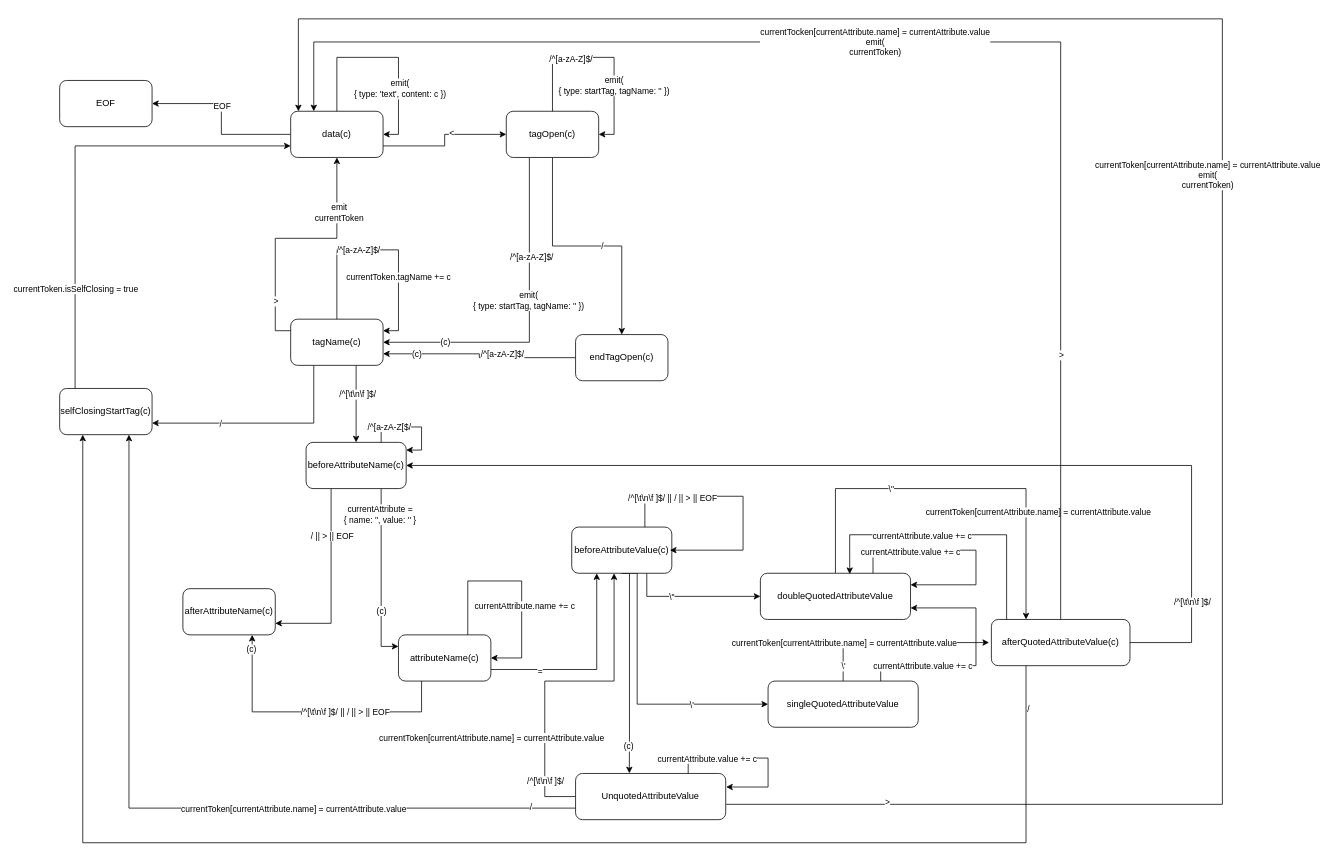
The draw.io diagram Week 09/htmlParser.drawio in ZhangL3/Frontend-06-Template, before the edit. Source tidied: cells renumbered, new cells numbered last; positions are measured from the earlier drawing's top-left corner, leaving out a move shared by most shapes. Both pictures are drawn from the tidied source at 77%, with x=0, y=0 at pixel (59, 18).
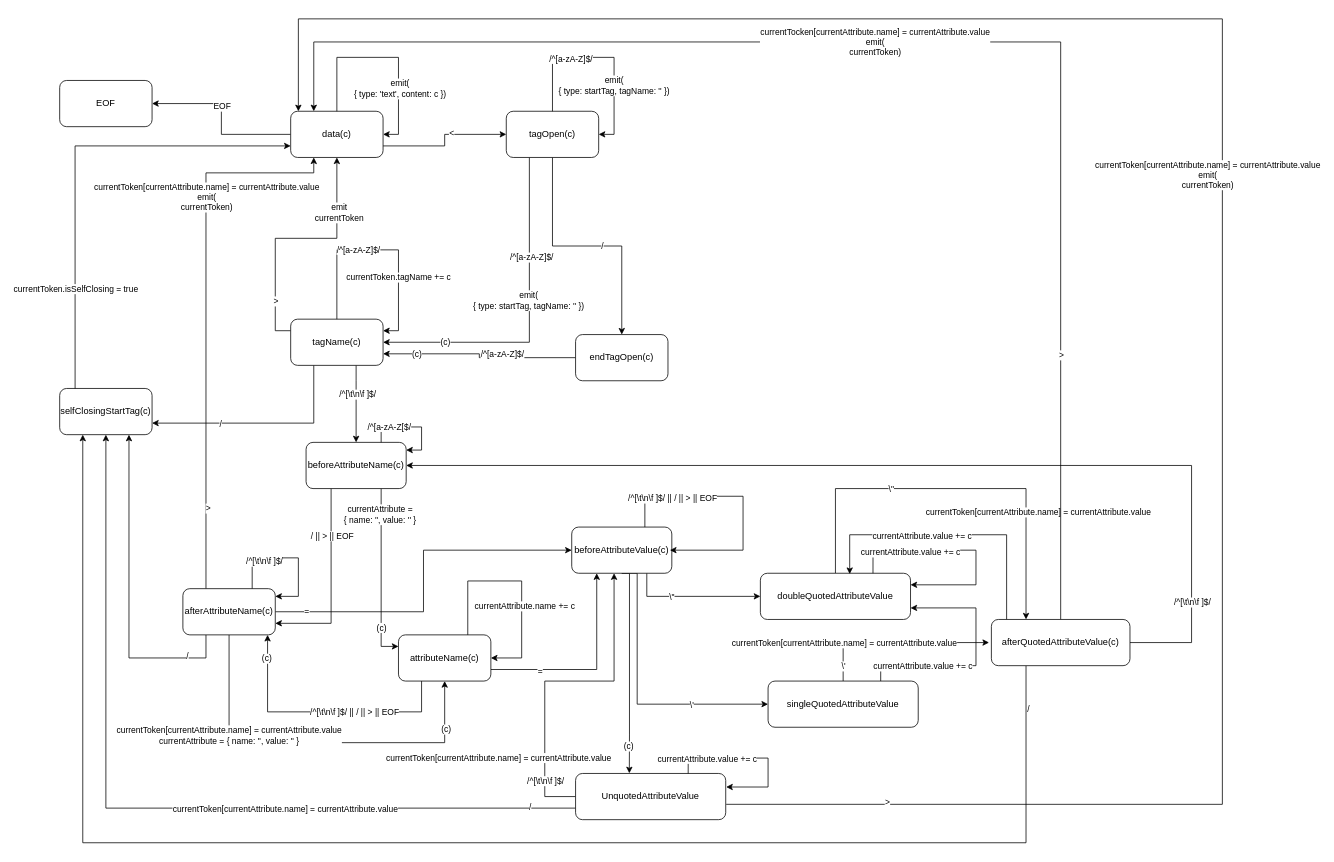
The same page after the edit.

Unchanged cells that the change refers to:
```xml
<mxCell id="6" value="data(c)" style="rounded=1;whiteSpace=wrap;html=1;" parent="1" vertex="1">
  <mxGeometry x="300" y="120" width="120" height="60" as="geometry" />
</mxCell>
<mxCell id="28" style="edgeStyle=orthogonalEdgeStyle;rounded=0;jettySize=auto;html=1;exitX=0.75;exitY=1;exitDx=0;exitDy=0;entryX=0;entryY=0.25;entryDx=0;entryDy=0;" parent="1" edge="1" source="31" target="52">
  <mxGeometry relative="1" as="geometry" />
</mxCell>
<mxCell id="34" value="selfClosingStartTag(c)" style="rounded=1;whiteSpace=wrap;html=1;" parent="1" vertex="1">
  <mxGeometry y="480" width="120" height="60" as="geometry" />
</mxCell>
<mxCell id="44" value="afterAttributeName(c)" style="rounded=1;whiteSpace=wrap;html=1;" parent="1" vertex="1">
  <mxGeometry x="160" y="740" width="120" height="60" as="geometry" />
</mxCell>
<mxCell id="52" value="attributeName(c)" style="rounded=1;whiteSpace=wrap;html=1;" parent="1" vertex="1">
  <mxGeometry x="440" y="800" width="120" height="60" as="geometry" />
</mxCell>
<mxCell id="59" value="beforeAttributeValue(c)" style="rounded=1;whiteSpace=wrap;html=1;" parent="1" vertex="1">
  <mxGeometry x="665" y="660" width="130" height="60" as="geometry" />
</mxCell>
<mxCell id="71" style="edgeStyle=orthogonalEdgeStyle;rounded=0;jettySize=auto;html=1;exitX=0;exitY=0.5;exitDx=0;exitDy=0;" parent="1" edge="1" source="80">
  <mxGeometry relative="1" as="geometry">
    <mxPoint x="720" y="720" as="targetPoint" />
    <Array as="points">
      <mxPoint x="630" y="1010" />
      <mxPoint x="630" y="860" />
      <mxPoint x="720" y="860" />
    </Array>
  </mxGeometry>
</mxCell>
<mxCell id="80" value="UnquotedAttributeValue" style="rounded=1;whiteSpace=wrap;html=1;" parent="1" vertex="1">
  <mxGeometry x="670" y="980" width="195" height="60" as="geometry" />
</mxCell>
```

The edit, as a diff of the source:
```diff
@@
     <mxCell id="30" value="(c)" style="edgeLabel;html=1;align=center;verticalAlign=middle;" parent="28" vertex="1">
       <mxGeometry x="0.39" y="-1" relative="1" as="geometry">
-        <mxPoint x="1" as="offset" />
+        <mxPoint x="1" y="22.4" as="offset" />
       </mxGeometry>
     </mxCell>
@@
+    <mxCell id="97" style="edgeStyle=orthogonalEdgeStyle;rounded=0;jettySize=auto;html=1;exitX=0.25;exitY=1;exitDx=0;exitDy=0;entryX=0.75;entryY=1;entryDx=0;entryDy=0;" parent="1" edge="1" source="44" target="34">
+      <mxGeometry relative="1" as="geometry">
+        <Array as="points">
+          <mxPoint x="190" y="830" />
+          <mxPoint x="90" y="830" />
+        </Array>
+      </mxGeometry>
+    </mxCell>
+    <mxCell id="98" value="/" style="edgeLabel;html=1;align=center;verticalAlign=middle;" parent="97" vertex="1">
+      <mxGeometry x="-0.74" y="-3" relative="1" as="geometry" />
+    </mxCell>
+    <mxCell id="99" style="edgeStyle=orthogonalEdgeStyle;rounded=0;jettySize=auto;html=1;exitX=1;exitY=0.5;exitDx=0;exitDy=0;entryX=0;entryY=0.5;entryDx=0;entryDy=0;" parent="1" edge="1" source="44" target="59">
+      <mxGeometry relative="1" as="geometry" />
+    </mxCell>
+    <mxCell id="100" value="=" style="edgeLabel;html=1;align=center;verticalAlign=middle;" parent="99" vertex="1">
+      <mxGeometry x="-0.83" y="2" relative="1" as="geometry" />
+    </mxCell>
+    <mxCell id="101" style="edgeStyle=orthogonalEdgeStyle;rounded=0;jettySize=auto;html=1;exitX=0.25;exitY=0;exitDx=0;exitDy=0;entryX=0.25;entryY=1;entryDx=0;entryDy=0;" parent="1" edge="1" source="44" target="6">
+      <mxGeometry relative="1" as="geometry">
+        <Array as="points">
+          <mxPoint x="190" y="200" />
+          <mxPoint x="330" y="200" />
+        </Array>
+      </mxGeometry>
+    </mxCell>
+    <mxCell id="102" value="&amp;gt;" style="edgeLabel;html=1;align=center;verticalAlign=middle;" parent="101" vertex="1">
+      <mxGeometry x="-0.7" y="-2" relative="1" as="geometry" />
+    </mxCell>
+    <mxCell id="103" value="currentToken[currentAttribute.name] = currentAttribute.value&lt;br&gt;emit(&lt;br&gt;currentToken)" style="edgeLabel;html=1;align=center;verticalAlign=middle;" parent="101" vertex="1">
+      <mxGeometry x="0.31" relative="1" as="geometry">
+        <mxPoint y="-50" as="offset" />
+      </mxGeometry>
+    </mxCell>
+    <mxCell id="104" style="edgeStyle=orthogonalEdgeStyle;rounded=0;jettySize=auto;html=1;exitX=0.5;exitY=1;exitDx=0;exitDy=0;entryX=0.5;entryY=1;entryDx=0;entryDy=0;" parent="1" edge="1" source="44" target="52">
+      <mxGeometry relative="1" as="geometry">
+        <Array as="points">
+          <mxPoint x="220" y="940" />
+          <mxPoint x="500" y="940" />
+        </Array>
+      </mxGeometry>
+    </mxCell>
+    <mxCell id="105" value="(c)" style="edgeLabel;html=1;align=center;verticalAlign=middle;" parent="104" vertex="1">
+      <mxGeometry x="0.75" y="-1" relative="1" as="geometry" />
+    </mxCell>
+    <mxCell id="106" style="edgeLabel;html=1;align=center;verticalAlign=middle;" parent="104" vertex="1">
+      <mxGeometry x="-0.8" y="1" relative="1" as="geometry" />
+    </mxCell>
+    <mxCell id="107" value="currentToken[currentAttribute.name] = currentAttribute.value&lt;br&gt;currentAttribute = { name: '', value: '' }" style="edgeLabel;html=1;align=center;verticalAlign=middle;" parent="104" vertex="1">
+      <mxGeometry x="-0.77" y="-1" relative="1" as="geometry">
+        <mxPoint y="73.5" as="offset" />
+      </mxGeometry>
+    </mxCell>
@@
-    <mxCell id="47" style="edgeStyle=orthogonalEdgeStyle;rounded=0;jettySize=auto;html=1;exitX=0.25;exitY=1;exitDx=0;exitDy=0;entryX=0.75;entryY=1;entryDx=0;entryDy=0;" parent="1" edge="1" source="52" target="44">
+    <mxCell id="47" style="edgeStyle=orthogonalEdgeStyle;rounded=0;jettySize=auto;html=1;exitX=0.25;exitY=1;exitDx=0;exitDy=0;" parent="1" edge="1" source="52">
       <mxGeometry relative="1" as="geometry">
+        <mxPoint x="270" y="800" as="targetPoint" />
         <Array as="points">
           <mxPoint x="470" y="900" />
-          <mxPoint x="250" y="900" />
+          <mxPoint x="270" y="900" />
         </Array>
       </mxGeometry>
     </mxCell>
@@
     <mxCell id="49" value="(c)" style="edgeLabel;html=1;align=center;verticalAlign=middle;" parent="47" vertex="1">
-      <mxGeometry x="0.9" y="2" relative="1" as="geometry" />
+      <mxGeometry x="0.9" y="2" relative="1" as="geometry">
+        <mxPoint y="13.5" as="offset" />
+      </mxGeometry>
     </mxCell>
@@
     <mxCell id="73" value="currentToken[currentAttribute.name] = currentAttribute.value" style="edgeLabel;html=1;align=center;verticalAlign=middle;" parent="71" vertex="1">
       <mxGeometry x="-0.41" relative="1" as="geometry">
-        <mxPoint x="-70" y="7.5" as="offset" />
+        <mxPoint x="-60.1" y="33.6" as="offset" />
       </mxGeometry>
     </mxCell>
-    <mxCell id="74" style="edgeStyle=orthogonalEdgeStyle;rounded=0;jettySize=auto;html=1;exitX=0;exitY=0.75;exitDx=0;exitDy=0;entryX=0.75;entryY=1;entryDx=0;entryDy=0;" parent="1" edge="1" source="80" target="34">
-      <mxGeometry relative="1" as="geometry" />
+    <mxCell id="74" style="edgeStyle=orthogonalEdgeStyle;rounded=0;jettySize=auto;html=1;exitX=0;exitY=0.75;exitDx=0;exitDy=0;" parent="1" edge="1" source="80">
+      <mxGeometry relative="1" as="geometry">
+        <mxPoint x="60" y="540" as="targetPoint" />
+        <Array as="points">
+          <mxPoint x="60" y="1025" />
+          <mxPoint x="60" y="540" />
+        </Array>
+      </mxGeometry>
     </mxCell>
@@
+    <mxCell id="108" style="edgeStyle=orthogonalEdgeStyle;rounded=0;jettySize=auto;html=1;exitX=0.75;exitY=0;exitDx=0;exitDy=0;" parent="1" edge="1" source="44">
+      <mxGeometry relative="1" as="geometry">
+        <mxPoint x="280" y="750" as="targetPoint" />
+        <Array as="points">
+          <mxPoint x="250" y="700" />
+          <mxPoint x="310" y="700" />
+          <mxPoint x="310" y="750" />
+          <mxPoint x="280" y="750" />
+        </Array>
+      </mxGeometry>
+    </mxCell>
+    <mxCell id="109" value="/^[\t\n\f ]$/" style="edgeLabel;html=1;align=center;verticalAlign=middle;" parent="108" vertex="1">
+      <mxGeometry x="-0.39" y="-4" relative="1" as="geometry" />
+    </mxCell>
```
